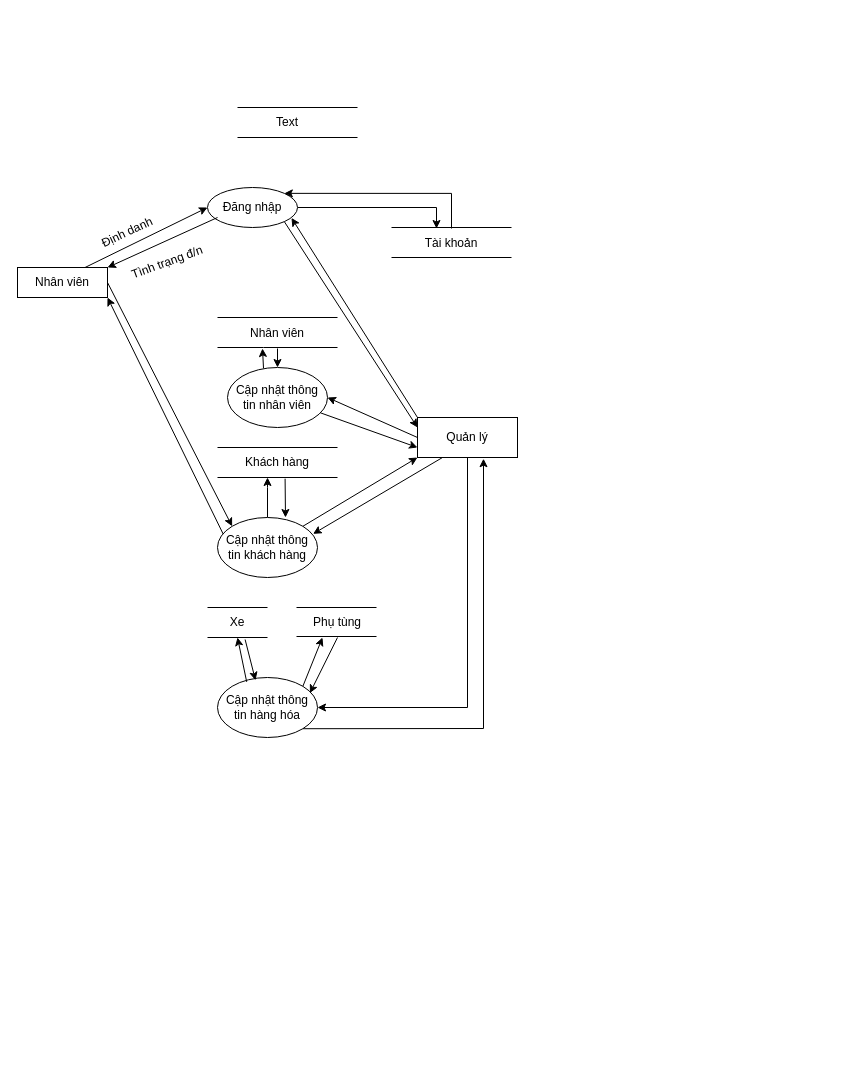
Earlier version of the draw.io diagram SodoluongDL.drawio (duy1009/abc). Source tidied: cells renumbered, new cells numbered last; positions are measured from the earlier drawing's top-left corner, leaving out a move shared by most shapes. Both pictures are drawn from the tidied source at 100%, with x=0, y=0 at pixel (17, 107).
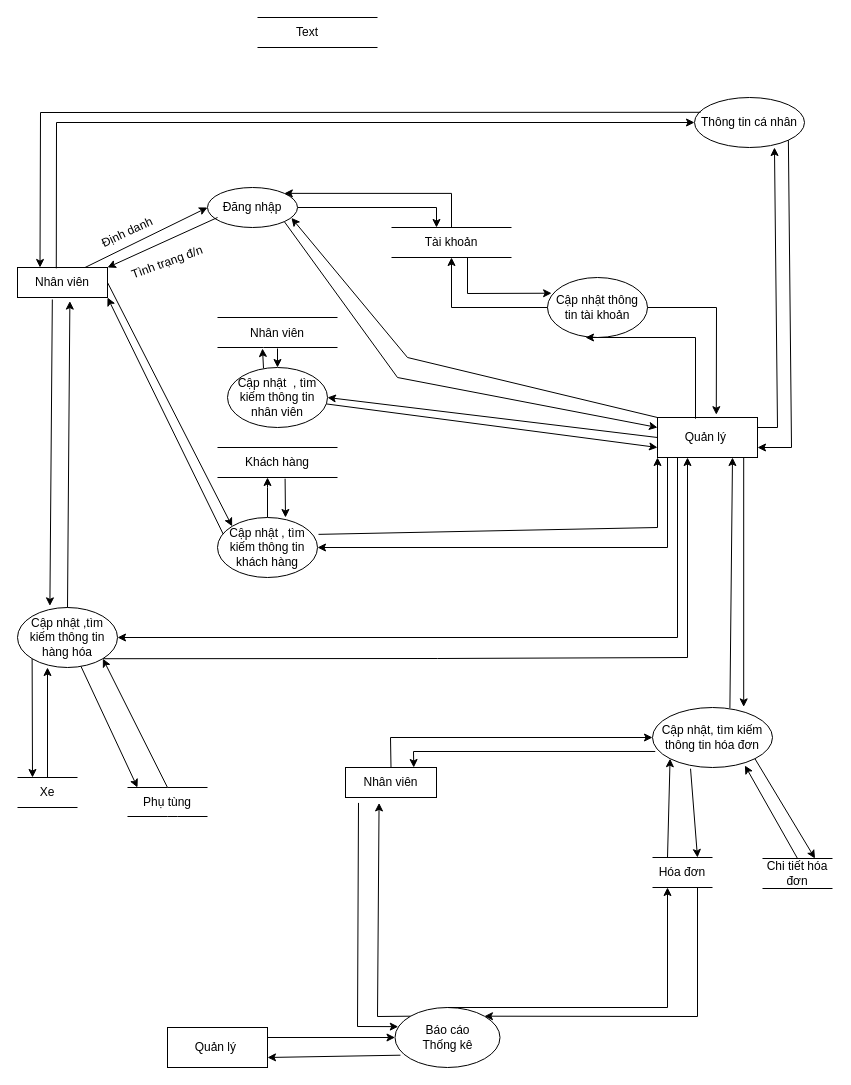
The same page after the edit.

Unchanged cells that the change refers to:
```xml
<mxCell id="2" value="Nhân viên" style="rounded=0;whiteSpace=wrap;html=1;" parent="1" vertex="1">
  <mxGeometry y="160" width="90" height="30" as="geometry" />
</mxCell>
<mxCell id="6" value="Đăng nhập" style="ellipse;whiteSpace=wrap;html=1;" parent="1" vertex="1">
  <mxGeometry x="190" y="80" width="90" height="40" as="geometry" />
</mxCell>
```

Diff of the diagram source:
```diff
@@
-    <mxCell id="3" style="edgeStyle=orthogonalEdgeStyle;rounded=0;jettySize=auto;html=1;entryX=1;entryY=0.5;entryDx=0;entryDy=0;" parent="1" edge="1" source="4" target="22">
-      <mxGeometry relative="1" as="geometry">
-        <Array as="points">
-          <mxPoint x="450" y="600" />
-        </Array>
-      </mxGeometry>
-    </mxCell>
-    <mxCell id="4" value="Quản lý" style="rounded=0;whiteSpace=wrap;html=1;" parent="1" vertex="1">
-      <mxGeometry x="400" y="310" width="100" height="40" as="geometry" />
+    <mxCell id="4" value="Quản lý&amp;nbsp;" style="rounded=0;whiteSpace=wrap;html=1;" parent="1" vertex="1">
+      <mxGeometry x="640" y="310" width="100" height="40" as="geometry" />
     </mxCell>
@@
     <mxCell id="11" style="endArrow=none;html=1;rounded=0;" parent="1" edge="1">
       <mxGeometry relative="1" as="geometry">
-        <mxPoint x="220" as="sourcePoint" />
-        <mxPoint x="340" as="targetPoint" />
+        <mxPoint x="240" y="-90" as="sourcePoint" />
+        <mxPoint x="360" y="-90" as="targetPoint" />
       </mxGeometry>
     </mxCell>
     <mxCell id="12" style="endArrow=none;html=1;rounded=0;" parent="1" edge="1">
       <mxGeometry relative="1" as="geometry">
-        <mxPoint x="220" y="30" as="sourcePoint" />
-        <mxPoint x="340" y="30" as="targetPoint" />
+        <mxPoint x="240" y="-60" as="sourcePoint" />
+        <mxPoint x="360" y="-60" as="targetPoint" />
       </mxGeometry>
     </mxCell>
     <mxCell id="13" value="Text" style="text;html=1;strokeColor=none;fillColor=none;align=center;verticalAlign=middle;whiteSpace=wrap;rounded=0;" parent="1" vertex="1">
-      <mxGeometry x="240" width="60" height="30" as="geometry" />
+      <mxGeometry x="260" y="-90" width="60" height="30" as="geometry" />
     </mxCell>
@@
     <mxCell id="17" value="Tài khoản" style="text;html=1;strokeColor=none;fillColor=none;align=center;verticalAlign=middle;whiteSpace=wrap;rounded=0;" parent="1" vertex="1">
-      <mxGeometry x="404" y="121" width="60" height="30" as="geometry" />
+      <mxGeometry x="404" y="120" width="60" height="30" as="geometry" />
     </mxCell>
@@
-    <mxCell id="21" value="Cập nhật thông tin khách hàng" style="ellipse;whiteSpace=wrap;html=1;" parent="1" vertex="1">
+    <mxCell id="21" value="Cập nhật , tìm kiếm thông tin khách hàng" style="ellipse;whiteSpace=wrap;html=1;" parent="1" vertex="1">
       <mxGeometry x="200" y="410" width="100" height="60" as="geometry" />
     </mxCell>
-    <mxCell id="22" value="Cập nhật thông tin hàng hóa" style="ellipse;whiteSpace=wrap;html=1;" parent="1" vertex="1">
-      <mxGeometry x="200" y="570" width="100" height="60" as="geometry" />
+    <mxCell id="22" value="Cập nhật ,tìm kiếm&amp;nbsp;thông tin hàng hóa" style="ellipse;whiteSpace=wrap;html=1;" parent="1" vertex="1">
+      <mxGeometry y="500" width="100" height="60" as="geometry" />
     </mxCell>
@@
     <mxCell id="27" style="endArrow=classic;html=1;rounded=0;entryX=0.933;entryY=0.76;entryDx=0;entryDy=0;entryPerimeter=0;exitX=0;exitY=0;exitDx=0;exitDy=0;" parent="1" edge="1" source="4" target="6">
-      <mxGeometry relative="1" as="geometry" />
+      <mxGeometry relative="1" as="geometry">
+        <Array as="points">
+          <mxPoint x="390" y="250" />
+        </Array>
+      </mxGeometry>
     </mxCell>
     <mxCell id="28" style="endArrow=classic;html=1;rounded=0;entryX=0;entryY=0.25;entryDx=0;entryDy=0;exitX=1;exitY=1;exitDx=0;exitDy=0;" parent="1" edge="1" source="6" target="4">
-      <mxGeometry relative="1" as="geometry" />
+      <mxGeometry relative="1" as="geometry">
+        <Array as="points">
+          <mxPoint x="380" y="270" />
+        </Array>
+      </mxGeometry>
     </mxCell>
-    <mxCell id="29" value="Cập nhật thông tin nhân viên" style="ellipse;whiteSpace=wrap;html=1;" parent="1" vertex="1">
+    <mxCell id="29" value="Cập nhật&amp;nbsp; , tìm kiếm thông tin nhân viên" style="ellipse;whiteSpace=wrap;html=1;" parent="1" vertex="1">
       <mxGeometry x="210" y="260" width="100" height="60" as="geometry" />
     </mxCell>
@@
-    <mxCell id="37" style="endArrow=classic;html=1;rounded=0;entryX=0.66;entryY=1.03;entryDx=0;entryDy=0;entryPerimeter=0;exitX=1;exitY=1;exitDx=0;exitDy=0;" parent="1" edge="1" source="22" target="4">
+    <mxCell id="37" style="endArrow=classic;html=1;rounded=0;exitX=1;exitY=1;exitDx=0;exitDy=0;" parent="1" edge="1" source="22">
       <mxGeometry relative="1" as="geometry">
+        <mxPoint x="670" y="350" as="targetPoint" />
         <Array as="points">
-          <mxPoint x="466" y="621" />
+          <mxPoint x="420" y="551" />
+          <mxPoint x="670" y="550" />
         </Array>
       </mxGeometry>
     </mxCell>
-    <mxCell id="38" style="endArrow=classic;html=1;rounded=0;entryX=0;entryY=1;entryDx=0;entryDy=0;exitX=1;exitY=0;exitDx=0;exitDy=0;" parent="1" edge="1" source="21" target="4">
-      <mxGeometry relative="1" as="geometry" />
+    <mxCell id="38" style="endArrow=classic;html=1;rounded=0;entryX=0;entryY=1;entryDx=0;entryDy=0;exitX=1.01;exitY=0.281;exitDx=0;exitDy=0;exitPerimeter=0;" parent="1" edge="1" source="21" target="4">
+      <mxGeometry relative="1" as="geometry">
+        <Array as="points">
+          <mxPoint x="640" y="420" />
+        </Array>
+      </mxGeometry>
     </mxCell>
-    <mxCell id="39" style="endArrow=classic;html=1;rounded=0;entryX=0.956;entryY=0.273;entryDx=0;entryDy=0;entryPerimeter=0;exitX=0.25;exitY=1;exitDx=0;exitDy=0;" parent="1" edge="1" source="4" target="21">
-      <mxGeometry relative="1" as="geometry" />
+    <mxCell id="39" style="endArrow=classic;html=1;rounded=0;entryX=1;entryY=0.5;entryDx=0;entryDy=0;" parent="1" edge="1" target="21">
+      <mxGeometry relative="1" as="geometry">
+        <mxPoint x="650" y="350" as="sourcePoint" />
+        <Array as="points">
+          <mxPoint x="650" y="440" />
+        </Array>
+      </mxGeometry>
     </mxCell>
     <mxCell id="40" style="endArrow=none;html=1;rounded=0;entryX=1;entryY=0;entryDx=0;entryDy=0;" parent="1" edge="1" target="42">
       <mxGeometry relative="1" as="geometry">
-        <mxPoint x="190" y="500" as="sourcePoint" />
+        <mxPoint y="670" as="sourcePoint" />
       </mxGeometry>
     </mxCell>
     <mxCell id="41" style="endArrow=none;html=1;rounded=0;entryX=1;entryY=1;entryDx=0;entryDy=0;" parent="1" edge="1" target="42">
       <mxGeometry relative="1" as="geometry">
-        <mxPoint x="190" y="530" as="sourcePoint" />
+        <mxPoint y="700" as="sourcePoint" />
       </mxGeometry>
     </mxCell>
     <mxCell id="42" value="Xe" style="text;html=1;strokeColor=none;fillColor=none;align=center;verticalAlign=middle;whiteSpace=wrap;rounded=0;" parent="1" vertex="1">
-      <mxGeometry x="190" y="500" width="60" height="30" as="geometry" />
+      <mxGeometry y="670" width="60" height="30" as="geometry" />
     </mxCell>
-    <mxCell id="43" style="endArrow=classic;html=1;rounded=0;entryX=0.5;entryY=1;entryDx=0;entryDy=0;exitX=0.292;exitY=0.073;exitDx=0;exitDy=0;exitPerimeter=0;" parent="1" edge="1" source="22" target="42">
+    <mxCell id="43" style="endArrow=classic;html=1;rounded=0;exitX=0;exitY=1;exitDx=0;exitDy=0;entryX=0.25;entryY=0;entryDx=0;entryDy=0;" parent="1" edge="1" source="22" target="42">
       <mxGeometry relative="1" as="geometry" />
     </mxCell>
-    <mxCell id="44" style="endArrow=classic;html=1;rounded=0;entryX=0.38;entryY=0.047;entryDx=0;entryDy=0;entryPerimeter=0;exitX=0.627;exitY=1.067;exitDx=0;exitDy=0;exitPerimeter=0;" parent="1" edge="1" source="42" target="22">
+    <mxCell id="44" style="endArrow=classic;html=1;rounded=0;exitX=0.5;exitY=0;exitDx=0;exitDy=0;entryX=0.3;entryY=1;entryDx=0;entryDy=0;entryPerimeter=0;" parent="1" edge="1" source="42" target="22">
       <mxGeometry relative="1" as="geometry" />
     </mxCell>
     <mxCell id="45" style="endArrow=none;html=1;rounded=0;entryX=1;entryY=0;entryDx=0;entryDy=0;" parent="1" edge="1">
       <mxGeometry relative="1" as="geometry">
-        <mxPoint x="279" y="500" as="sourcePoint" />
-        <mxPoint x="359" y="500" as="targetPoint" />
+        <mxPoint x="110" y="680" as="sourcePoint" />
+        <mxPoint x="190" y="680" as="targetPoint" />
+        <Array as="points">
+          <mxPoint x="150" y="680" />
+        </Array>
       </mxGeometry>
     </mxCell>
     <mxCell id="46" value="Phụ tùng" style="text;html=1;strokeColor=none;fillColor=none;align=center;verticalAlign=middle;whiteSpace=wrap;rounded=0;" parent="1" vertex="1">
-      <mxGeometry x="290" y="500" width="60" height="30" as="geometry" />
+      <mxGeometry x="120" y="680" width="60" height="30" as="geometry" />
     </mxCell>
     <mxCell id="47" style="endArrow=none;html=1;rounded=0;entryX=1;entryY=0;entryDx=0;entryDy=0;" parent="1" edge="1">
       <mxGeometry relative="1" as="geometry">
-        <mxPoint x="279" y="529" as="sourcePoint" />
-        <mxPoint x="359" y="529" as="targetPoint" />
+        <mxPoint x="110" y="709" as="sourcePoint" />
+        <mxPoint x="190" y="709" as="targetPoint" />
+        <Array as="points">
+          <mxPoint x="150" y="709" />
+          <mxPoint x="160" y="709" />
+        </Array>
       </mxGeometry>
     </mxCell>
-    <mxCell id="48" style="endArrow=classic;html=1;rounded=0;entryX=0.25;entryY=1;entryDx=0;entryDy=0;exitX=1;exitY=0;exitDx=0;exitDy=0;" parent="1" edge="1" source="22" target="46">
+    <mxCell id="48" style="endArrow=classic;html=1;rounded=0;entryX=0;entryY=0;entryDx=0;entryDy=0;" parent="1" edge="1" source="22" target="46">
       <mxGeometry relative="1" as="geometry" />
     </mxCell>
-    <mxCell id="49" style="endArrow=classic;html=1;rounded=0;entryX=0.924;entryY=0.26;entryDx=0;entryDy=0;entryPerimeter=0;exitX=0.5;exitY=1;exitDx=0;exitDy=0;" parent="1" edge="1" source="46" target="22">
+    <mxCell id="49" style="endArrow=classic;html=1;rounded=0;entryX=1;entryY=1;entryDx=0;entryDy=0;exitX=0.5;exitY=0;exitDx=0;exitDy=0;" parent="1" edge="1" source="46" target="22">
       <mxGeometry relative="1" as="geometry" />
     </mxCell>
+    <mxCell id="50" value="Cập nhật, tìm kiếm thông tin hóa đơn" style="ellipse;whiteSpace=wrap;html=1;" parent="1" vertex="1">
+      <mxGeometry x="635" y="600" width="120" height="60" as="geometry" />
+    </mxCell>
+    <mxCell id="51" value="Hóa đơn" style="text;html=1;strokeColor=none;fillColor=none;align=center;verticalAlign=middle;whiteSpace=wrap;rounded=0;" parent="1" vertex="1">
+      <mxGeometry x="635" y="750" width="60" height="30" as="geometry" />
+    </mxCell>
+    <mxCell id="52" style="endArrow=none;html=1;rounded=0;entryX=1;entryY=0;entryDx=0;entryDy=0;" parent="1" edge="1" target="51">
+      <mxGeometry relative="1" as="geometry">
+        <mxPoint x="635" y="750" as="sourcePoint" />
+      </mxGeometry>
+    </mxCell>
+    <mxCell id="53" style="endArrow=none;html=1;rounded=0;entryX=1;entryY=1;entryDx=0;entryDy=0;exitX=0;exitY=1;exitDx=0;exitDy=0;" parent="1" edge="1" source="51" target="51">
+      <mxGeometry relative="1" as="geometry" />
+    </mxCell>
+    <mxCell id="54" value="Chi tiết hóa đơn" style="text;html=1;strokeColor=none;fillColor=none;align=center;verticalAlign=middle;whiteSpace=wrap;rounded=0;" parent="1" vertex="1">
+      <mxGeometry x="745" y="751" width="70" height="30" as="geometry" />
+    </mxCell>
+    <mxCell id="55" style="endArrow=none;html=1;rounded=0;entryX=1;entryY=0;entryDx=0;entryDy=0;" parent="1" edge="1" target="54">
+      <mxGeometry relative="1" as="geometry">
+        <mxPoint x="745" y="751" as="sourcePoint" />
+      </mxGeometry>
+    </mxCell>
+    <mxCell id="56" style="endArrow=none;html=1;rounded=0;entryX=1;entryY=1;entryDx=0;entryDy=0;" parent="1" edge="1" target="54">
+      <mxGeometry relative="1" as="geometry">
+        <mxPoint x="745" y="781" as="sourcePoint" />
+      </mxGeometry>
+    </mxCell>
+    <mxCell id="57" style="endArrow=classic;html=1;rounded=0;entryX=0;entryY=1;entryDx=0;entryDy=0;exitX=0.25;exitY=0;exitDx=0;exitDy=0;" parent="1" edge="1" source="51" target="50">
+      <mxGeometry relative="1" as="geometry" />
+    </mxCell>
+    <mxCell id="58" style="endArrow=classic;html=1;rounded=0;exitX=0.317;exitY=1.02;exitDx=0;exitDy=0;exitPerimeter=0;entryX=0.75;entryY=0;entryDx=0;entryDy=0;" parent="1" edge="1" source="50" target="51">
+      <mxGeometry relative="1" as="geometry" />
+    </mxCell>
+    <mxCell id="59" style="endArrow=classic;html=1;rounded=0;entryX=0.77;entryY=0.967;entryDx=0;entryDy=0;entryPerimeter=0;exitX=0.5;exitY=0;exitDx=0;exitDy=0;" parent="1" edge="1" source="54" target="50">
+      <mxGeometry relative="1" as="geometry" />
+    </mxCell>
+    <mxCell id="60" style="endArrow=classic;html=1;rounded=0;entryX=0.75;entryY=0;entryDx=0;entryDy=0;exitX=1;exitY=1;exitDx=0;exitDy=0;" parent="1" edge="1" source="50" target="54">
+      <mxGeometry relative="1" as="geometry" />
+    </mxCell>
+    <mxCell id="61" style="endArrow=classic;html=1;rounded=0;entryX=0.324;entryY=-0.027;entryDx=0;entryDy=0;entryPerimeter=0;exitX=0.387;exitY=1.067;exitDx=0;exitDy=0;exitPerimeter=0;" parent="1" edge="1" source="2" target="22">
+      <mxGeometry relative="1" as="geometry" />
+    </mxCell>
+    <mxCell id="62" style="endArrow=classic;html=1;rounded=0;exitX=0.5;exitY=0;exitDx=0;exitDy=0;entryX=0.582;entryY=1.12;entryDx=0;entryDy=0;entryPerimeter=0;" parent="1" edge="1" source="22" target="2">
+      <mxGeometry relative="1" as="geometry" />
+    </mxCell>
+    <mxCell id="63" value="Cập nhật thông tin tài khoản" style="ellipse;whiteSpace=wrap;html=1;" parent="1" vertex="1">
+      <mxGeometry x="530" y="170" width="100" height="60" as="geometry" />
+    </mxCell>
+    <mxCell id="64" style="endArrow=classic;html=1;rounded=0;entryX=0.38;entryY=1;entryDx=0;entryDy=0;entryPerimeter=0;exitX=0.38;exitY=0.03;exitDx=0;exitDy=0;exitPerimeter=0;" parent="1" edge="1" source="4" target="63">
+      <mxGeometry relative="1" as="geometry">
+        <Array as="points">
+          <mxPoint x="678" y="230" />
+        </Array>
+      </mxGeometry>
+    </mxCell>
+    <mxCell id="65" style="endArrow=classic;html=1;rounded=0;entryX=0.588;entryY=-0.07;entryDx=0;entryDy=0;entryPerimeter=0;exitX=1;exitY=0.5;exitDx=0;exitDy=0;" parent="1" edge="1" source="63" target="4">
+      <mxGeometry relative="1" as="geometry">
+        <Array as="points">
+          <mxPoint x="699" y="200" />
+        </Array>
+      </mxGeometry>
+    </mxCell>
+    <mxCell id="66" style="endArrow=classic;html=1;rounded=0;entryX=0.041;entryY=0.262;entryDx=0;entryDy=0;entryPerimeter=0;" parent="1" edge="1" target="63">
+      <mxGeometry relative="1" as="geometry">
+        <mxPoint x="450" y="150" as="sourcePoint" />
+        <Array as="points">
+          <mxPoint x="450" y="186" />
+        </Array>
+      </mxGeometry>
+    </mxCell>
+    <mxCell id="67" style="endArrow=classic;html=1;rounded=0;entryX=0.5;entryY=1;entryDx=0;entryDy=0;" parent="1" edge="1" source="63" target="17">
+      <mxGeometry relative="1" as="geometry">
+        <Array as="points">
+          <mxPoint x="434" y="200" />
+        </Array>
+      </mxGeometry>
+    </mxCell>
+    <mxCell id="68" value="Thông tin cá nhân" style="ellipse;whiteSpace=wrap;html=1;" parent="1" vertex="1">
+      <mxGeometry x="677" y="-10" width="110" height="50" as="geometry" />
+    </mxCell>
+    <mxCell id="69" style="endArrow=classic;html=1;rounded=0;entryX=0;entryY=0.5;entryDx=0;entryDy=0;exitX=0.431;exitY=0.027;exitDx=0;exitDy=0;exitPerimeter=0;" parent="1" edge="1" source="2" target="68">
+      <mxGeometry relative="1" as="geometry">
+        <Array as="points">
+          <mxPoint x="39" y="15" />
+        </Array>
+      </mxGeometry>
+    </mxCell>
+    <mxCell id="70" style="endArrow=classic;html=1;rounded=0;entryX=0.25;entryY=0;entryDx=0;entryDy=0;exitX=0.055;exitY=0.296;exitDx=0;exitDy=0;exitPerimeter=0;" parent="1" edge="1" source="68" target="2">
+      <mxGeometry relative="1" as="geometry">
+        <Array as="points">
+          <mxPoint x="23" y="5" />
+        </Array>
+      </mxGeometry>
+    </mxCell>
+    <mxCell id="71" style="endArrow=classic;html=1;rounded=0;entryX=0.727;entryY=1;entryDx=0;entryDy=0;entryPerimeter=0;exitX=1;exitY=0.25;exitDx=0;exitDy=0;" parent="1" edge="1" source="4" target="68">
+      <mxGeometry relative="1" as="geometry">
+        <Array as="points">
+          <mxPoint x="760" y="320" />
+        </Array>
+      </mxGeometry>
+    </mxCell>
+    <mxCell id="72" style="endArrow=classic;html=1;rounded=0;entryX=1;entryY=0.75;entryDx=0;entryDy=0;exitX=1;exitY=1;exitDx=0;exitDy=0;" parent="1" edge="1" source="68" target="4">
+      <mxGeometry relative="1" as="geometry">
+        <Array as="points">
+          <mxPoint x="774" y="340" />
+        </Array>
+      </mxGeometry>
+    </mxCell>
+    <mxCell id="73" value="Báo cáo &lt;br&gt;Thống kê" style="ellipse;whiteSpace=wrap;html=1;" parent="1" vertex="1">
+      <mxGeometry x="377.5" y="900" width="105" height="60" as="geometry" />
+    </mxCell>
+    <mxCell id="74" style="endArrow=classic;html=1;rounded=0;entryX=0.25;entryY=1;entryDx=0;entryDy=0;exitX=0.5;exitY=0;exitDx=0;exitDy=0;" parent="1" edge="1" source="73" target="51">
+      <mxGeometry relative="1" as="geometry">
+        <Array as="points">
+          <mxPoint x="650" y="900" />
+        </Array>
+      </mxGeometry>
+    </mxCell>
+    <mxCell id="75" style="endArrow=classic;html=1;rounded=0;entryX=1;entryY=0;entryDx=0;entryDy=0;exitX=0.75;exitY=1;exitDx=0;exitDy=0;" parent="1" edge="1" source="51" target="73">
+      <mxGeometry relative="1" as="geometry">
+        <Array as="points">
+          <mxPoint x="680" y="909" />
+        </Array>
+      </mxGeometry>
+    </mxCell>
+    <mxCell id="76" value="Nhân viên" style="rounded=0;whiteSpace=wrap;html=1;" parent="1" vertex="1">
+      <mxGeometry x="328" y="660" width="91" height="30" as="geometry" />
+    </mxCell>
+    <mxCell id="77" style="endArrow=classic;html=1;rounded=0;entryX=0;entryY=0.5;entryDx=0;entryDy=0;exitX=0.5;exitY=0;exitDx=0;exitDy=0;" parent="1" edge="1" source="76" target="50">
+      <mxGeometry relative="1" as="geometry">
+        <Array as="points">
+          <mxPoint x="373" y="630" />
+        </Array>
+      </mxGeometry>
+    </mxCell>
+    <mxCell id="78" style="endArrow=classic;html=1;rounded=0;entryX=0.75;entryY=0;entryDx=0;entryDy=0;exitX=0.023;exitY=0.733;exitDx=0;exitDy=0;exitPerimeter=0;" parent="1" edge="1" source="50" target="76">
+      <mxGeometry relative="1" as="geometry">
+        <Array as="points">
+          <mxPoint x="396" y="644" />
+        </Array>
+      </mxGeometry>
+    </mxCell>
+    <mxCell id="79" value="Quản lý&amp;nbsp;" style="rounded=0;whiteSpace=wrap;html=1;" parent="1" vertex="1">
+      <mxGeometry x="150" y="920" width="100" height="40" as="geometry" />
+    </mxCell>
+    <mxCell id="80" style="endArrow=classic;html=1;rounded=0;entryX=0;entryY=0.5;entryDx=0;entryDy=0;exitX=1;exitY=0.25;exitDx=0;exitDy=0;" parent="1" edge="1" source="79" target="73">
+      <mxGeometry relative="1" as="geometry" />
+    </mxCell>
+    <mxCell id="81" style="endArrow=classic;html=1;rounded=0;entryX=1;entryY=0.75;entryDx=0;entryDy=0;exitX=0.052;exitY=0.795;exitDx=0;exitDy=0;exitPerimeter=0;" parent="1" edge="1" source="73" target="79">
+      <mxGeometry relative="1" as="geometry" />
+    </mxCell>
+    <mxCell id="82" style="endArrow=classic;html=1;rounded=0;entryX=0.031;entryY=0.319;entryDx=0;entryDy=0;exitX=0.143;exitY=1.181;exitDx=0;exitDy=0;entryPerimeter=0;exitPerimeter=0;" parent="1" edge="1" source="76" target="73">
+      <mxGeometry relative="1" as="geometry">
+        <Array as="points">
+          <mxPoint x="340" y="919" />
+        </Array>
+      </mxGeometry>
+    </mxCell>
+    <mxCell id="83" style="endArrow=classic;html=1;rounded=0;entryX=0.369;entryY=1.181;entryDx=0;entryDy=0;exitX=0;exitY=0;exitDx=0;exitDy=0;entryPerimeter=0;" parent="1" edge="1" source="73" target="76">
+      <mxGeometry relative="1" as="geometry">
+        <Array as="points">
+          <mxPoint x="360" y="909" />
+        </Array>
+      </mxGeometry>
+    </mxCell>
+    <mxCell id="84" style="endArrow=classic;html=1;rounded=0;entryX=1;entryY=0.5;entryDx=0;entryDy=0;" parent="1" edge="1" target="22">
+      <mxGeometry relative="1" as="geometry">
+        <mxPoint x="660" y="350" as="sourcePoint" />
+        <Array as="points">
+          <mxPoint x="660" y="530" />
+        </Array>
+      </mxGeometry>
+    </mxCell>
+    <mxCell id="85" style="endArrow=classic;html=1;rounded=0;entryX=0.75;entryY=1;entryDx=0;entryDy=0;exitX=0.645;exitY=0.01;exitDx=0;exitDy=0;exitPerimeter=0;" parent="1" edge="1" source="50" target="4">
+      <mxGeometry relative="1" as="geometry" />
+    </mxCell>
+    <mxCell id="86" style="endArrow=classic;html=1;rounded=0;entryX=0.76;entryY=-0.01;entryDx=0;entryDy=0;entryPerimeter=0;exitX=0.862;exitY=1;exitDx=0;exitDy=0;exitPerimeter=0;" parent="1" edge="1" source="4" target="50">
+      <mxGeometry relative="1" as="geometry" />
+    </mxCell>
```
